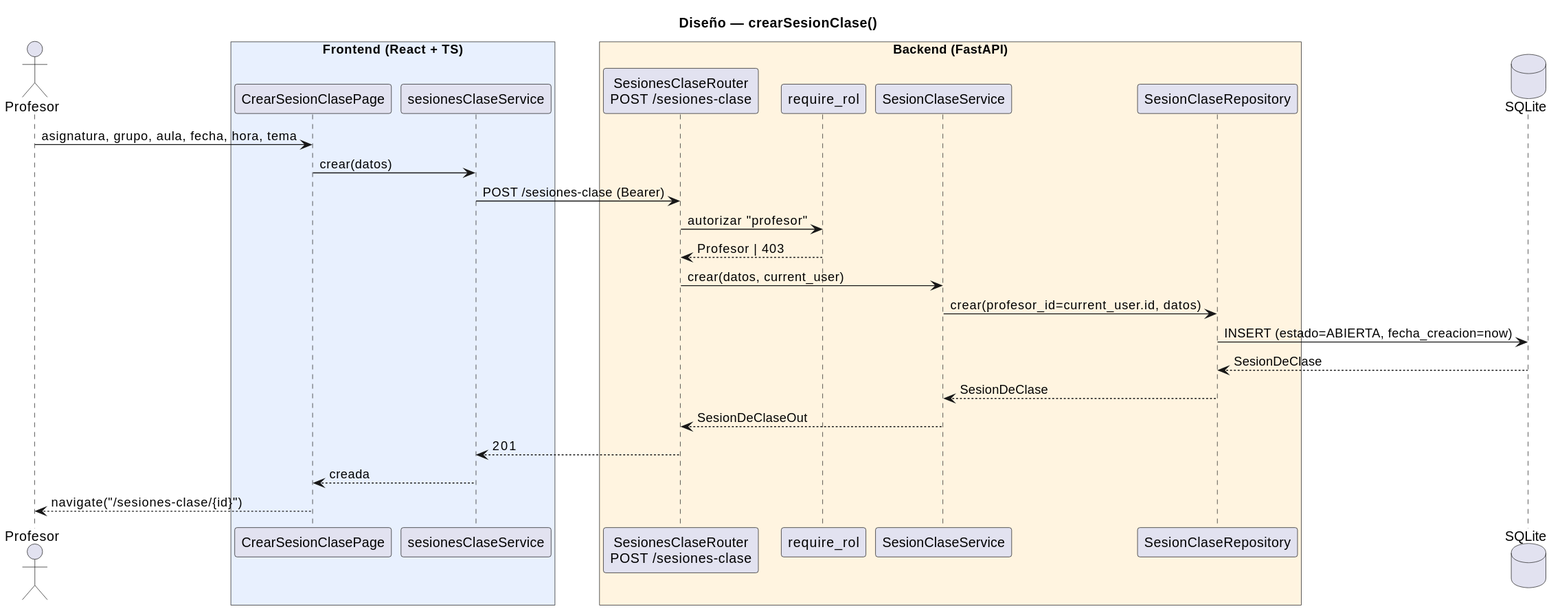
Earlier version of the PlantUML export RUP/02-diseño/casos-uso/crearSesionClase/secuencia.svg (SdeCos/25-26-idsw2-sdVC). The source it was exported from:
```plantuml
@startuml
title Diseño — crearSesionClase()

actor Profesor as P

box "Frontend (React + TS)" #E8F0FE
    participant "CrearSesionClasePage" as CP
    participant "sesionesClaseService" as SS
end box

box "Backend (FastAPI)" #FFF4E0
    participant "SesionesClaseRouter\nPOST /sesiones-clase" as SR
    participant "require_rol" as RR
    participant "SesionClaseService" as SCS
    participant "SesionClaseRepository" as SCR
end box

database "SQLite" as DB

P  -> CP  : asignatura, grupo, aula, fecha, hora, tema
CP -> SS  : crear(datos)
SS -> SR  : POST /sesiones-clase (Bearer)
SR -> RR  : autorizar "profesor"
RR --> SR : Profesor | 403
SR -> SCS : crear(datos, current_user)
SCS -> SCR : crear(profesor_id=current_user.id, datos)
SCR -> DB  : INSERT (estado=ABIERTA, fecha_creacion=now)
DB  --> SCR : SesionDeClase
SCR --> SCS : SesionDeClase
SCS --> SR  : SesionDeClaseOut
SR  --> SS  : 201
SS  --> CP  : creada
CP  --> P   : navigate("/sesiones-clase/{id}")
@enduml
```
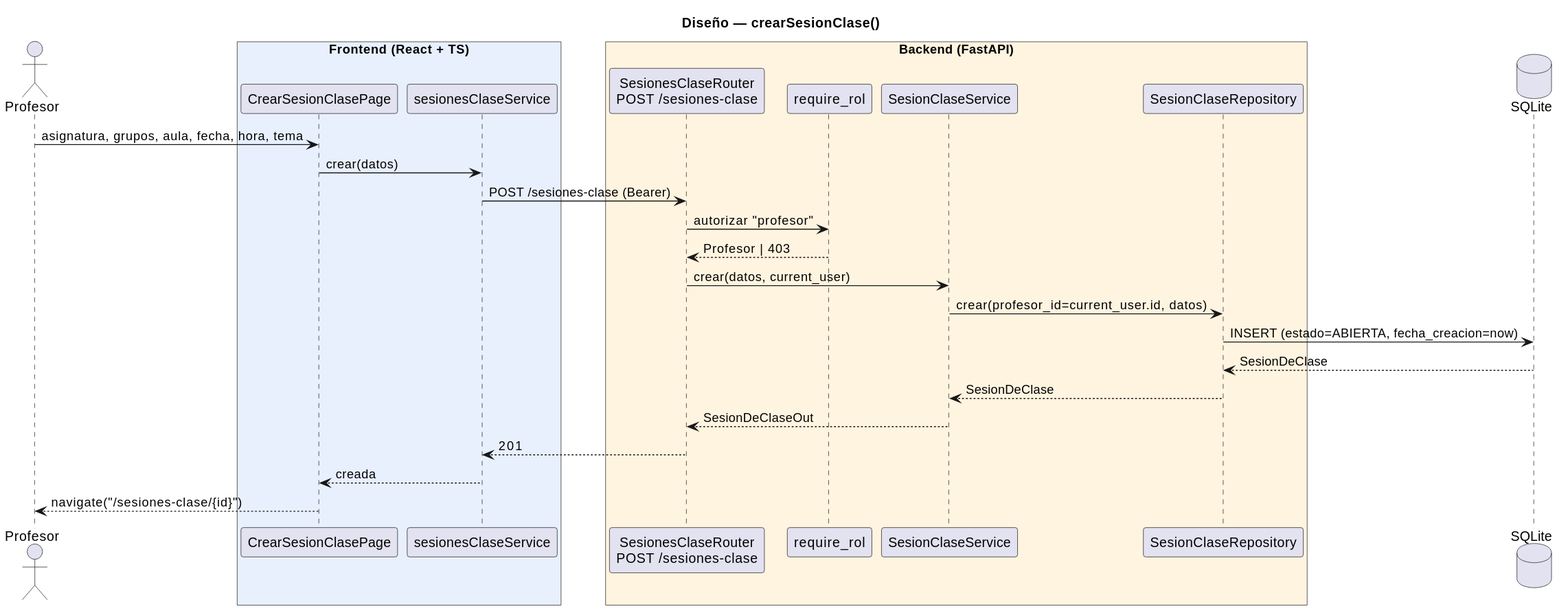
After the commit.

Change to the diagram source:
```diff
@@ -17,7 +17,7 @@
 
 database "SQLite" as DB
 
-P  -> CP  : asignatura, grupo, aula, fecha, hora, tema
+P  -> CP  : asignatura, grupos, aula, fecha, hora, tema
 CP -> SS  : crear(datos)
 SS -> SR  : POST /sesiones-clase (Bearer)
 SR -> RR  : autorizar "profesor"
```
